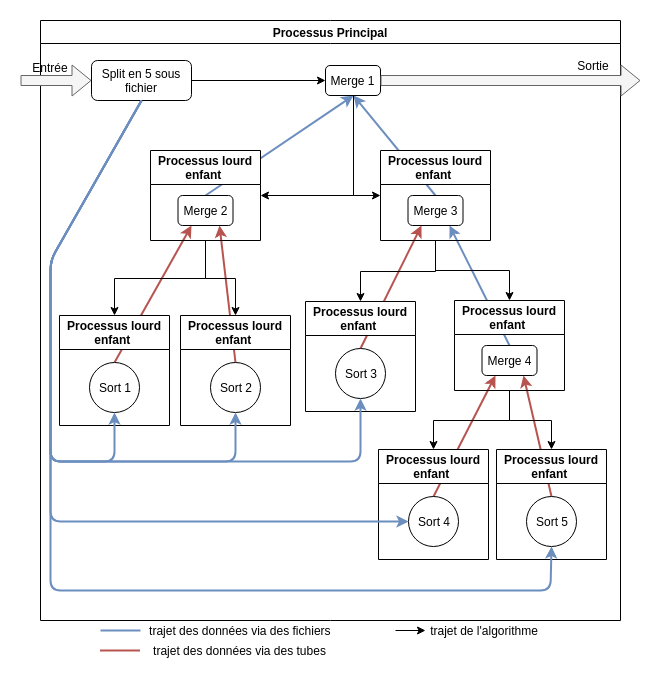
Above: stats/assets/projectv6.png in RomainCtl/external_sorting (draw.io), before the change. Source tidied: cells renumbered, new cells last; positions are measured from the earlier drawing's top-left corner, leaving out a move shared by most shapes.
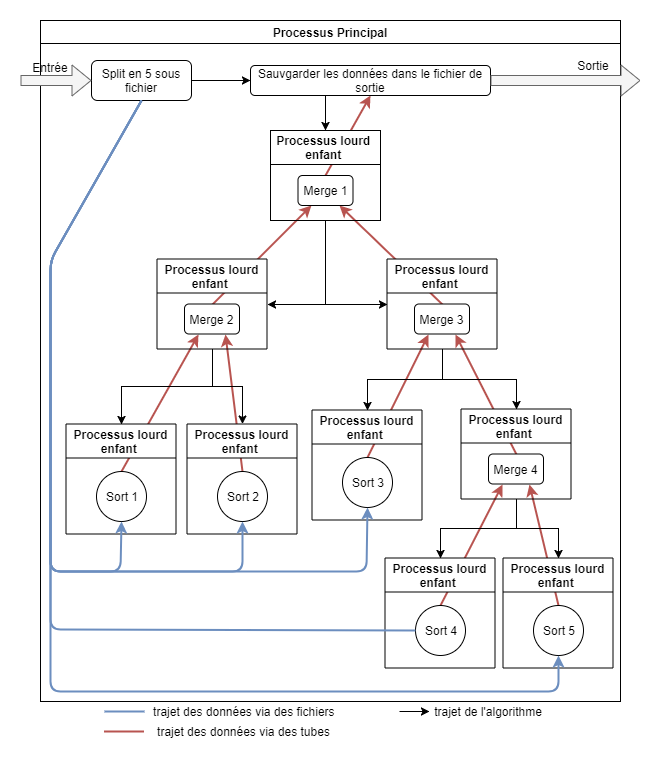
The same file after the commit.

Commit message:
update stats and v6 schema

What changed in the source:
```diff
@@ -5,4 +5,7 @@
     <mxCell id="2" value="Processus Principal" style="swimlane;" parent="1" vertex="1">
-      <mxGeometry x="20" width="580" height="600" as="geometry" />
+      <mxGeometry x="16" y="-81" width="580" height="681" as="geometry" />
     </mxCell>
+    <mxCell id="57" style="endArrow=none;html=1;fillColor=#f8cecc;strokeColor=#b85450;strokeWidth=2;entryX=0.5;entryY=0;entryDx=0;entryDy=0;exitX=0.5;exitY=1;exitDx=0;exitDy=0;endFill=0;startArrow=classic;startFill=1;" parent="2" edge="1" source="66" target="19">
+      <mxGeometry relative="1" as="geometry" />
+    </mxCell>
     <mxCell id="3" style="endArrow=none;html=1;fillColor=#f8cecc;strokeColor=#b85450;strokeWidth=2;entryX=0.5;entryY=0;entryDx=0;entryDy=0;exitX=0.25;exitY=1;exitDx=0;exitDy=0;startArrow=classic;startFill=1;" parent="2" edge="1" source="25" target="36">
@@ -10,3 +13,3 @@
     </mxCell>
-    <mxCell id="4" style="endArrow=classic;html=1;fillColor=#f8cecc;strokeColor=#b85450;strokeWidth=2;entryX=0.75;entryY=1;entryDx=0;entryDy=0;exitX=0.5;exitY=0;exitDx=0;exitDy=0;startArrow=none;startFill=0;endFill=1;" parent="2" edge="1" source="44" target="25">
+    <mxCell id="4" style="endArrow=classic;html=1;fillColor=#f8cecc;strokeColor=#b85450;strokeWidth=2;entryX=0.75;entryY=1;entryDx=0;entryDy=0;exitX=0.5;exitY=0;exitDx=0;exitDy=0;endFill=1;" parent="2" edge="1" source="44" target="25">
       <mxGeometry relative="1" as="geometry" />
@@ -19,3 +22,3 @@
     </mxCell>
-    <mxCell id="7" style="endArrow=classic;html=1;fillColor=#dae8fc;strokeColor=#6c8ebf;strokeWidth=2;entryX=0.75;entryY=1;entryDx=0;entryDy=0;exitX=0.5;exitY=0;exitDx=0;exitDy=0;endFill=1;" parent="2" edge="1" source="34" target="29">
+    <mxCell id="7" style="endArrow=classic;html=1;fillColor=#f8cecc;strokeColor=#b85450;strokeWidth=2;entryX=0.75;entryY=1;entryDx=0;entryDy=0;exitX=0.5;exitY=0;exitDx=0;exitDy=0;endFill=1;" parent="2" edge="1" source="34" target="29">
       <mxGeometry relative="1" as="geometry" />
@@ -25,11 +28,11 @@
     </mxCell>
-    <mxCell id="9" style="endArrow=none;html=1;fillColor=#dae8fc;strokeColor=#6c8ebf;strokeWidth=2;entryX=0.5;entryY=0;entryDx=0;entryDy=0;exitX=0.5;exitY=1;exitDx=0;exitDy=0;endFill=0;startArrow=classic;startFill=1;" parent="2" edge="1" source="19" target="25">
+    <mxCell id="9" style="endArrow=none;html=1;fillColor=#f8cecc;strokeColor=#b85450;strokeWidth=2;entryX=0.5;entryY=0;entryDx=0;entryDy=0;exitX=0.25;exitY=1;exitDx=0;exitDy=0;endFill=0;startArrow=classic;startFill=1;" parent="2" edge="1" source="19" target="25">
       <mxGeometry relative="1" as="geometry" />
     </mxCell>
-    <mxCell id="10" style="endArrow=classic;html=1;fillColor=#dae8fc;strokeColor=#6c8ebf;strokeWidth=2;entryX=0.5;entryY=1;entryDx=0;entryDy=0;exitX=0.5;exitY=0;exitDx=0;exitDy=0;endFill=1;" parent="2" edge="1" source="29" target="19">
+    <mxCell id="10" style="endArrow=classic;html=1;fillColor=#f8cecc;strokeColor=#b85450;strokeWidth=2;entryX=0.75;entryY=1;entryDx=0;entryDy=0;exitX=0.5;exitY=0;exitDx=0;exitDy=0;startArrow=none;startFill=0;endFill=1;" parent="2" edge="1" source="29" target="19">
       <mxGeometry relative="1" as="geometry" />
     </mxCell>
-    <mxCell id="11" style="edgeStyle=orthogonalEdgeStyle;rounded=0;jettySize=auto;html=1;entryX=0;entryY=0.5;entryDx=0;entryDy=0;" parent="2" edge="1" source="12" target="19">
-      <mxGeometry relative="1" as="geometry" />
-    </mxCell>
+    <mxCell id="58" style="edgeStyle=orthogonalEdgeStyle;rounded=0;jettySize=auto;html=1;entryX=0;entryY=0.5;entryDx=0;entryDy=0;" parent="2" edge="1" source="12" target="66">
+      <mxGeometry relative="1" as="geometry" />
+    </mxCell>
     <mxCell id="12" value="Split en 5 sous fichier" style="rounded=1;whiteSpace=wrap;html=1;" parent="2" vertex="1">
@@ -37,36 +40,43 @@
     </mxCell>
-    <mxCell id="13" style="edgeStyle=orthogonalEdgeStyle;rounded=0;orthogonalLoop=1;jettySize=auto;html=1;entryX=0.5;entryY=0;entryDx=0;entryDy=0;" parent="2" edge="1">
-      <mxGeometry relative="1" as="geometry">
-        <mxPoint x="105" y="125.1" as="sourcePoint" />
-      </mxGeometry>
-    </mxCell>
-    <mxCell id="14" style="edgeStyle=orthogonalEdgeStyle;rounded=0;orthogonalLoop=1;jettySize=auto;html=1;entryX=0.5;entryY=0;entryDx=0;entryDy=0;" parent="2" edge="1">
-      <mxGeometry relative="1" as="geometry">
-        <mxPoint x="297" y="229.9" as="sourcePoint" />
-      </mxGeometry>
-    </mxCell>
-    <mxCell id="15" style="edgeStyle=orthogonalEdgeStyle;rounded=0;orthogonalLoop=1;jettySize=auto;html=1;entryX=0.5;entryY=0;entryDx=0;entryDy=0;" parent="2" edge="1">
-      <mxGeometry relative="1" as="geometry">
-        <mxPoint x="232" y="194.8" as="sourcePoint" />
-      </mxGeometry>
-    </mxCell>
-    <mxCell id="16" style="edgeStyle=orthogonalEdgeStyle;rounded=0;orthogonalLoop=1;jettySize=auto;html=1;entryX=0.5;entryY=0;entryDx=0;entryDy=0;" parent="2" edge="1">
-      <mxGeometry relative="1" as="geometry">
-        <mxPoint x="170" y="160.3" as="sourcePoint" />
-      </mxGeometry>
-    </mxCell>
-    <mxCell id="17" style="edgeStyle=orthogonalEdgeStyle;rounded=0;jettySize=auto;html=1;entryX=0;entryY=0.5;entryDx=0;entryDy=0;" parent="2" edge="1" source="19" target="28">
-      <mxGeometry relative="1" as="geometry" />
-    </mxCell>
-    <mxCell id="18" style="edgeStyle=orthogonalEdgeStyle;rounded=0;jettySize=auto;html=1;entryX=1;entryY=0.5;entryDx=0;entryDy=0;exitX=0.5;exitY=1;exitDx=0;exitDy=0;" parent="2" edge="1" source="19" target="24">
-      <mxGeometry relative="1" as="geometry" />
-    </mxCell>
-    <mxCell id="19" value="Merge 1" style="rounded=1;whiteSpace=wrap;html=1;" parent="2" vertex="1">
-      <mxGeometry x="285" y="45" width="55" height="30" as="geometry" />
-    </mxCell>
-    <mxCell id="20" style="shape=flexArrow;endArrow=classic;html=1;strokeWidth=1;fillColor=#f5f5f5;strokeColor=#666666;gradientColor=none;exitX=1;exitY=0.5;exitDx=0;exitDy=0;" parent="2" edge="1" source="19">
-      <mxGeometry relative="1" as="geometry">
-        <mxPoint x="600" y="60" as="targetPoint" />
-      </mxGeometry>
-    </mxCell>
+    <mxCell id="59" style="edgeStyle=orthogonalEdgeStyle;rounded=0;orthogonalLoop=1;jettySize=auto;html=1;entryX=0.5;entryY=0;entryDx=0;entryDy=0;" parent="2" edge="1">
+      <mxGeometry relative="1" as="geometry">
+        <mxPoint x="105" y="125.1" as="sourcePoint" />
+      </mxGeometry>
+    </mxCell>
+    <mxCell id="60" style="edgeStyle=orthogonalEdgeStyle;rounded=0;orthogonalLoop=1;jettySize=auto;html=1;entryX=0.5;entryY=0;entryDx=0;entryDy=0;" parent="2" edge="1">
+      <mxGeometry relative="1" as="geometry">
+        <mxPoint x="297" y="229.9" as="sourcePoint" />
+      </mxGeometry>
+    </mxCell>
+    <mxCell id="61" style="edgeStyle=orthogonalEdgeStyle;rounded=0;orthogonalLoop=1;jettySize=auto;html=1;entryX=0.5;entryY=0;entryDx=0;entryDy=0;" parent="2" edge="1">
+      <mxGeometry relative="1" as="geometry">
+        <mxPoint x="232" y="194.8" as="sourcePoint" />
+      </mxGeometry>
+    </mxCell>
+    <mxCell id="62" style="edgeStyle=orthogonalEdgeStyle;rounded=0;orthogonalLoop=1;jettySize=auto;html=1;entryX=0.5;entryY=0;entryDx=0;entryDy=0;" parent="2" edge="1">
+      <mxGeometry relative="1" as="geometry">
+        <mxPoint x="170" y="160.3" as="sourcePoint" />
+      </mxGeometry>
+    </mxCell>
+    <mxCell id="63" style="edgeStyle=orthogonalEdgeStyle;rounded=0;jettySize=auto;html=1;entryX=0;entryY=0.5;entryDx=0;entryDy=0;exitX=0.5;exitY=1;exitDx=0;exitDy=0;" parent="2" edge="1" source="82" target="73">
+      <mxGeometry relative="1" as="geometry" />
+    </mxCell>
+    <mxCell id="64" style="edgeStyle=orthogonalEdgeStyle;rounded=0;jettySize=auto;html=1;entryX=1;entryY=0.5;entryDx=0;entryDy=0;exitX=0.5;exitY=1;exitDx=0;exitDy=0;" parent="2" edge="1" source="82" target="70">
+      <mxGeometry relative="1" as="geometry" />
+    </mxCell>
+    <mxCell id="65" style="edgeStyle=orthogonalEdgeStyle;rounded=0;jettySize=auto;html=1;entryX=0.5;entryY=0;entryDx=0;entryDy=0;exitX=0.25;exitY=1;exitDx=0;exitDy=0;" parent="2" edge="1" source="66" target="82">
+      <mxGeometry relative="1" as="geometry">
+        <Array as="points">
+          <mxPoint x="285" y="75" />
+        </Array>
+      </mxGeometry>
+    </mxCell>
+    <mxCell id="66" value="Sauvgarder les données dans le fichier de sortie" style="rounded=1;whiteSpace=wrap;html=1;" parent="2" vertex="1">
+      <mxGeometry x="210" y="45" width="240" height="30" as="geometry" />
+    </mxCell>
+    <mxCell id="67" style="shape=flexArrow;endArrow=classic;html=1;strokeWidth=1;fillColor=#f5f5f5;strokeColor=#666666;gradientColor=none;exitX=1;exitY=0.5;exitDx=0;exitDy=0;" parent="2" edge="1" source="66">
+      <mxGeometry relative="1" as="geometry">
+        <mxPoint x="600" y="60" as="targetPoint" />
+      </mxGeometry>
+    </mxCell>
     <mxCell id="21" value="Sortie" style="text;html=1;strokeColor=none;fillColor=none;align=center;verticalAlign=middle;whiteSpace=wrap;rounded=0;" parent="2" vertex="1">
@@ -74,24 +84,24 @@
     </mxCell>
-    <mxCell id="22" style="edgeStyle=orthogonalEdgeStyle;rounded=0;jettySize=auto;html=1;entryX=0.5;entryY=0;entryDx=0;entryDy=0;" parent="2" edge="1" source="24" target="35">
-      <mxGeometry relative="1" as="geometry" />
-    </mxCell>
-    <mxCell id="23" style="edgeStyle=orthogonalEdgeStyle;rounded=0;jettySize=auto;html=1;" parent="2" edge="1" source="24" target="43">
-      <mxGeometry relative="1" as="geometry" />
-    </mxCell>
-    <mxCell id="24" value="Processus lourd&#10;enfant " style="swimlane;startSize=34;" parent="2" vertex="1">
-      <mxGeometry x="110" y="130" width="110" height="90" as="geometry" />
-    </mxCell>
+    <mxCell id="68" style="edgeStyle=orthogonalEdgeStyle;rounded=0;jettySize=auto;html=1;entryX=0.5;entryY=0;entryDx=0;entryDy=0;" parent="2" edge="1" source="70" target="77">
+      <mxGeometry relative="1" as="geometry" />
+    </mxCell>
+    <mxCell id="69" style="edgeStyle=orthogonalEdgeStyle;rounded=0;jettySize=auto;html=1;" parent="2" edge="1" source="70" target="81">
+      <mxGeometry relative="1" as="geometry" />
+    </mxCell>
+    <mxCell id="70" value="Processus lourd&#10;enfant " style="swimlane;startSize=34;" parent="2" vertex="1">
+      <mxGeometry x="116.5" y="238.5" width="110" height="90" as="geometry" />
+    </mxCell>
-    <mxCell id="25" value="Merge 2" style="rounded=1;whiteSpace=wrap;html=1;" parent="24" vertex="1">
+    <mxCell id="25" value="Merge 2" style="rounded=1;whiteSpace=wrap;html=1;" parent="70" vertex="1">
       <mxGeometry x="27.5" y="45" width="55" height="30" as="geometry" />
     </mxCell>
-    <mxCell id="26" style="edgeStyle=orthogonalEdgeStyle;rounded=0;jettySize=auto;html=1;entryX=0.5;entryY=0;entryDx=0;entryDy=0;" parent="2" edge="1" source="28" target="33">
-      <mxGeometry relative="1" as="geometry" />
-    </mxCell>
-    <mxCell id="27" style="edgeStyle=orthogonalEdgeStyle;rounded=0;jettySize=auto;html=1;entryX=0.5;entryY=0;entryDx=0;entryDy=0;" parent="2" edge="1" source="28" target="41">
-      <mxGeometry relative="1" as="geometry" />
-    </mxCell>
-    <mxCell id="28" value="Processus lourd&#10;enfant " style="swimlane;startSize=34;" parent="2" vertex="1">
-      <mxGeometry x="340" y="130" width="110" height="90" as="geometry" />
-    </mxCell>
+    <mxCell id="71" style="edgeStyle=orthogonalEdgeStyle;rounded=0;jettySize=auto;html=1;entryX=0.5;entryY=0;entryDx=0;entryDy=0;" parent="2" edge="1" source="73" target="76">
+      <mxGeometry relative="1" as="geometry" />
+    </mxCell>
+    <mxCell id="72" style="edgeStyle=orthogonalEdgeStyle;rounded=0;jettySize=auto;html=1;entryX=0.5;entryY=0;entryDx=0;entryDy=0;" parent="2" edge="1" source="73" target="80">
+      <mxGeometry relative="1" as="geometry" />
+    </mxCell>
+    <mxCell id="73" value="Processus lourd&#10;enfant " style="swimlane;startSize=34;" parent="2" vertex="1">
+      <mxGeometry x="346.5" y="238.5" width="110" height="90" as="geometry" />
+    </mxCell>
-    <mxCell id="29" value="Merge 3" style="rounded=1;whiteSpace=wrap;html=1;" parent="28" vertex="1">
+    <mxCell id="29" value="Merge 3" style="rounded=1;whiteSpace=wrap;html=1;" parent="73" vertex="1">
       <mxGeometry x="27.5" y="45" width="55" height="30" as="geometry" />
@@ -101,42 +111,42 @@
     </mxCell>
-    <mxCell id="31" style="edgeStyle=orthogonalEdgeStyle;rounded=0;jettySize=auto;html=1;entryX=0.5;entryY=0;entryDx=0;entryDy=0;" parent="2" edge="1" source="33" target="37">
-      <mxGeometry relative="1" as="geometry" />
-    </mxCell>
-    <mxCell id="32" style="edgeStyle=orthogonalEdgeStyle;rounded=0;jettySize=auto;html=1;entryX=0.5;entryY=0;entryDx=0;entryDy=0;" parent="2" edge="1" source="33" target="39">
-      <mxGeometry relative="1" as="geometry" />
-    </mxCell>
-    <mxCell id="33" value="Processus lourd&#10;enfant " style="swimlane;startSize=34;" parent="2" vertex="1">
-      <mxGeometry x="414" y="280" width="110" height="90" as="geometry" />
-    </mxCell>
+    <mxCell id="74" style="edgeStyle=orthogonalEdgeStyle;rounded=0;jettySize=auto;html=1;entryX=0.5;entryY=0;entryDx=0;entryDy=0;" parent="2" edge="1" source="76" target="78">
+      <mxGeometry relative="1" as="geometry" />
+    </mxCell>
+    <mxCell id="75" style="edgeStyle=orthogonalEdgeStyle;rounded=0;jettySize=auto;html=1;entryX=0.5;entryY=0;entryDx=0;entryDy=0;" parent="2" edge="1" source="76" target="79">
+      <mxGeometry relative="1" as="geometry" />
+    </mxCell>
+    <mxCell id="76" value="Processus lourd&#10;enfant " style="swimlane;startSize=34;" parent="2" vertex="1">
+      <mxGeometry x="420.5" y="388.5" width="110" height="90" as="geometry" />
+    </mxCell>
-    <mxCell id="34" value="Merge 4" style="rounded=1;whiteSpace=wrap;html=1;" parent="33" vertex="1">
+    <mxCell id="34" value="Merge 4" style="rounded=1;whiteSpace=wrap;html=1;" parent="76" vertex="1">
       <mxGeometry x="27.5" y="45" width="55" height="30" as="geometry" />
     </mxCell>
-    <mxCell id="35" value="Processus lourd&#10;enfant " style="swimlane;startSize=34;" parent="2" vertex="1">
-      <mxGeometry x="19" y="295" width="110" height="110" as="geometry" />
-    </mxCell>
+    <mxCell id="77" value="Processus lourd&#10;enfant " style="swimlane;startSize=34;" parent="2" vertex="1">
+      <mxGeometry x="25.5" y="403.5" width="110" height="110" as="geometry" />
+    </mxCell>
-    <mxCell id="36" value="Sort 1" style="ellipse;whiteSpace=wrap;html=1;" parent="35" vertex="1">
+    <mxCell id="36" value="Sort 1" style="ellipse;whiteSpace=wrap;html=1;" parent="77" vertex="1">
       <mxGeometry x="30" y="47" width="50" height="50" as="geometry" />
     </mxCell>
-    <mxCell id="37" value="Processus lourd&#10;enfant " style="swimlane;startSize=34;" parent="2" vertex="1">
-      <mxGeometry x="456" y="429" width="110" height="110" as="geometry" />
-    </mxCell>
+    <mxCell id="78" value="Processus lourd&#10;enfant " style="swimlane;startSize=34;" parent="2" vertex="1">
+      <mxGeometry x="462.5" y="537.5" width="110" height="110" as="geometry" />
+    </mxCell>
-    <mxCell id="38" value="Sort 5" style="ellipse;whiteSpace=wrap;html=1;" parent="37" vertex="1">
+    <mxCell id="38" value="Sort 5" style="ellipse;whiteSpace=wrap;html=1;" parent="78" vertex="1">
       <mxGeometry x="30" y="47" width="50" height="50" as="geometry" />
     </mxCell>
-    <mxCell id="39" value="Processus lourd&#10;enfant " style="swimlane;startSize=34;" parent="2" vertex="1">
-      <mxGeometry x="338" y="429" width="110" height="110" as="geometry" />
-    </mxCell>
+    <mxCell id="79" value="Processus lourd&#10;enfant " style="swimlane;startSize=34;" parent="2" vertex="1">
+      <mxGeometry x="344.5" y="537.5" width="110" height="110" as="geometry" />
+    </mxCell>
-    <mxCell id="40" value="Sort 4" style="ellipse;whiteSpace=wrap;html=1;" parent="39" vertex="1">
+    <mxCell id="40" value="Sort 4" style="ellipse;whiteSpace=wrap;html=1;" parent="79" vertex="1">
       <mxGeometry x="30" y="47" width="50" height="50" as="geometry" />
     </mxCell>
-    <mxCell id="41" value="Processus lourd&#10;enfant " style="swimlane;startSize=34;" parent="2" vertex="1">
-      <mxGeometry x="265" y="281" width="110" height="110" as="geometry" />
-    </mxCell>
+    <mxCell id="80" value="Processus lourd&#10;enfant " style="swimlane;startSize=34;" parent="2" vertex="1">
+      <mxGeometry x="271.5" y="389.5" width="110" height="110" as="geometry" />
+    </mxCell>
-    <mxCell id="42" value="Sort 3" style="ellipse;whiteSpace=wrap;html=1;" parent="41" vertex="1">
+    <mxCell id="42" value="Sort 3" style="ellipse;whiteSpace=wrap;html=1;" parent="80" vertex="1">
       <mxGeometry x="30" y="47" width="50" height="50" as="geometry" />
     </mxCell>
-    <mxCell id="43" value="Processus lourd&#10;enfant " style="swimlane;startSize=34;" parent="2" vertex="1">
-      <mxGeometry x="140" y="295" width="110" height="110" as="geometry" />
-    </mxCell>
+    <mxCell id="81" value="Processus lourd&#10;enfant " style="swimlane;startSize=34;" parent="2" vertex="1">
+      <mxGeometry x="146.5" y="403.5" width="110" height="110" as="geometry" />
+    </mxCell>
-    <mxCell id="44" value="Sort 2" style="ellipse;whiteSpace=wrap;html=1;" parent="43" vertex="1">
+    <mxCell id="44" value="Sort 2" style="ellipse;whiteSpace=wrap;html=1;" parent="81" vertex="1">
       <mxGeometry x="30" y="47" width="50" height="50" as="geometry" />
@@ -147,4 +157,4 @@
           <mxPoint x="10" y="240" />
-          <mxPoint x="10" y="441" />
-          <mxPoint x="74" y="441" />
+          <mxPoint x="10" y="551" />
+          <mxPoint x="80" y="551" />
         </Array>
@@ -156,4 +166,4 @@
           <mxPoint x="10" y="240" />
-          <mxPoint x="10" y="441" />
-          <mxPoint x="195" y="441" />
+          <mxPoint x="10" y="551" />
+          <mxPoint x="202" y="551" />
         </Array>
@@ -165,4 +175,4 @@
           <mxPoint x="10" y="240" />
-          <mxPoint x="10" y="441" />
-          <mxPoint x="320" y="441" />
+          <mxPoint x="10" y="551" />
+          <mxPoint x="326" y="551" />
         </Array>
@@ -170,3 +180,3 @@
     </mxCell>
-    <mxCell id="48" style="endArrow=classic;html=1;fillColor=#dae8fc;strokeColor=#6c8ebf;strokeWidth=2;entryX=0;entryY=0.5;entryDx=0;entryDy=0;exitX=0.5;exitY=1;exitDx=0;exitDy=0;endFill=1;" parent="2" edge="1" source="12" target="40">
+    <mxCell id="48" style="endArrow=none;html=1;fillColor=#dae8fc;strokeColor=#6c8ebf;strokeWidth=2;entryX=0;entryY=0.5;entryDx=0;entryDy=0;exitX=0.5;exitY=1;exitDx=0;exitDy=0;" parent="2" edge="1" source="12" target="40">
       <mxGeometry relative="1" as="geometry">
@@ -174,3 +184,3 @@
           <mxPoint x="10" y="240" />
-          <mxPoint x="10" y="501" />
+          <mxPoint x="10" y="609" />
         </Array>
@@ -182,4 +192,4 @@
           <mxPoint x="10" y="240" />
-          <mxPoint x="10" y="570" />
-          <mxPoint x="510" y="570" />
+          <mxPoint x="10" y="671" />
+          <mxPoint x="518" y="671" />
         </Array>
@@ -187,13 +197,19 @@
     </mxCell>
-    <mxCell id="50" style="endArrow=none;html=1;fillColor=#dae8fc;strokeColor=#6c8ebf;strokeWidth=2;" parent="1" edge="1">
-      <mxGeometry relative="1" as="geometry">
-        <mxPoint x="120" y="610" as="sourcePoint" />
-        <mxPoint x="80" y="610" as="targetPoint" />
-      </mxGeometry>
-    </mxCell>
-    <mxCell id="51" style="shape=flexArrow;endArrow=classic;html=1;strokeWidth=1;entryX=0;entryY=0.5;entryDx=0;entryDy=0;fillColor=#f5f5f5;strokeColor=#666666;gradientColor=none;" parent="1" edge="1" target="12">
-      <mxGeometry relative="1" as="geometry">
-        <mxPoint y="60" as="sourcePoint" />
-      </mxGeometry>
-    </mxCell>
+    <mxCell id="82" value="Processus lourd &#10;enfant " style="swimlane;startSize=34;" parent="2" vertex="1">
+      <mxGeometry x="230" y="110" width="110" height="90" as="geometry" />
+    </mxCell>
+    <mxCell id="19" value="Merge 1" style="rounded=1;whiteSpace=wrap;html=1;" parent="82" vertex="1">
+      <mxGeometry x="27.5" y="45" width="55" height="30" as="geometry" />
+    </mxCell>
+    <mxCell id="83" style="endArrow=none;html=1;fillColor=#dae8fc;strokeColor=#6c8ebf;strokeWidth=2;" parent="1" edge="1">
+      <mxGeometry relative="1" as="geometry">
+        <mxPoint x="120" y="610" as="sourcePoint" />
+        <mxPoint x="80" y="610" as="targetPoint" />
+      </mxGeometry>
+    </mxCell>
+    <mxCell id="84" style="shape=flexArrow;endArrow=classic;html=1;strokeWidth=1;entryX=0;entryY=0.5;entryDx=0;entryDy=0;fillColor=#f5f5f5;strokeColor=#666666;gradientColor=none;" parent="1" edge="1" target="12">
+      <mxGeometry relative="1" as="geometry">
+        <mxPoint x="-4" y="-21" as="sourcePoint" />
+      </mxGeometry>
+    </mxCell>
     <mxCell id="52" value="trajet des données via des fichiers&amp;nbsp;" style="text;html=1;strokeColor=none;fillColor=none;align=center;verticalAlign=middle;whiteSpace=wrap;rounded=0;" parent="1" vertex="1">
@@ -201,8 +217,8 @@
     </mxCell>
-    <mxCell id="53" style="endArrow=classic;html=1;" parent="1" edge="1">
-      <mxGeometry relative="1" as="geometry">
-        <mxPoint x="375" y="610" as="sourcePoint" />
-        <mxPoint x="405" y="610" as="targetPoint" />
-      </mxGeometry>
-    </mxCell>
+    <mxCell id="85" style="endArrow=classic;html=1;" parent="1" edge="1">
+      <mxGeometry relative="1" as="geometry">
+        <mxPoint x="375" y="610" as="sourcePoint" />
+        <mxPoint x="405" y="610" as="targetPoint" />
+      </mxGeometry>
+    </mxCell>
     <mxCell id="54" value="trajet de l'algorithme" style="text;html=1;strokeColor=none;fillColor=none;align=center;verticalAlign=middle;whiteSpace=wrap;rounded=0;" parent="1" vertex="1">
@@ -210,8 +226,8 @@
     </mxCell>
-    <mxCell id="55" style="endArrow=none;html=1;fillColor=#f8cecc;strokeColor=#b85450;strokeWidth=2;" parent="1" edge="1">
-      <mxGeometry relative="1" as="geometry">
-        <mxPoint x="119.5" y="630" as="sourcePoint" />
-        <mxPoint x="79.5" y="630" as="targetPoint" />
-      </mxGeometry>
-    </mxCell>
+    <mxCell id="86" style="endArrow=none;html=1;fillColor=#f8cecc;strokeColor=#b85450;strokeWidth=2;" parent="1" edge="1">
+      <mxGeometry relative="1" as="geometry">
+        <mxPoint x="119.5" y="630" as="sourcePoint" />
+        <mxPoint x="79.5" y="630" as="targetPoint" />
+      </mxGeometry>
+    </mxCell>
     <mxCell id="56" value="trajet des données via des tubes" style="text;html=1;strokeColor=none;fillColor=none;align=center;verticalAlign=middle;whiteSpace=wrap;rounded=0;" parent="1" vertex="1">
```
